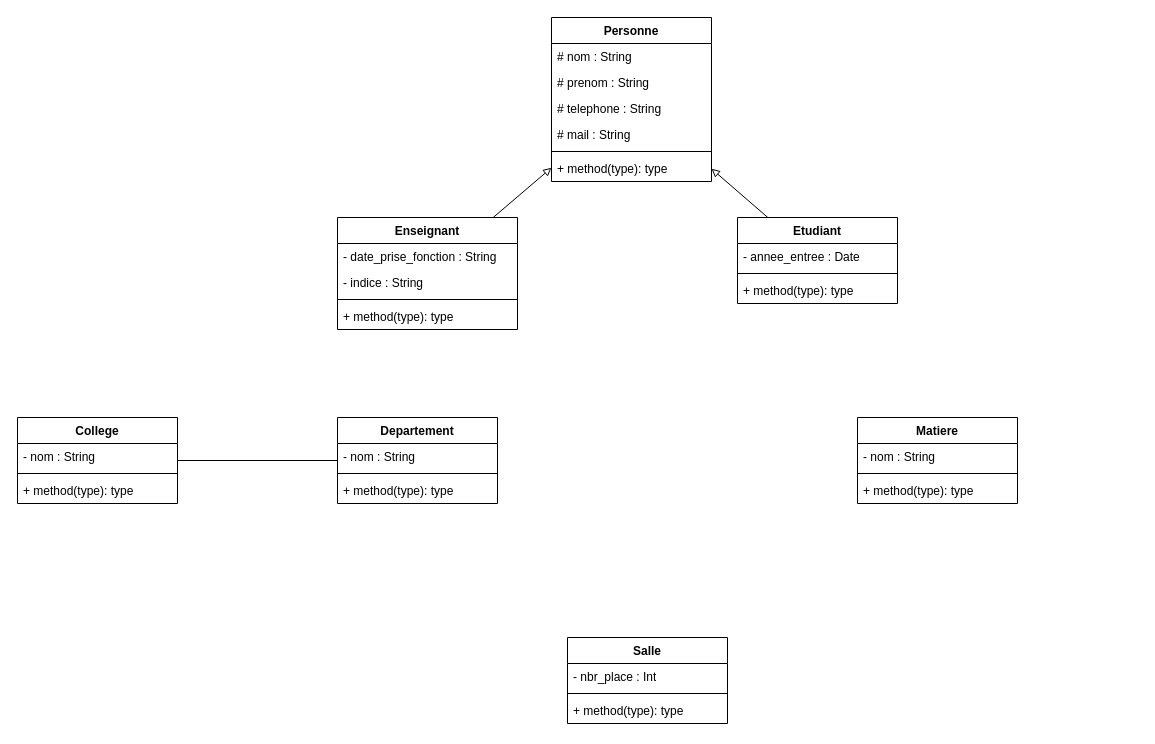
Before: TP2/TP_2_UML_Exercice_6.drawio in Mzk-Ali/EXO_M2I_UML, a draw.io diagram. Source tidied: cells renumbered, new cells numbered last; positions are measured from the earlier drawing's top-left corner, leaving out a move shared by most shapes. Both pictures are drawn from the tidied source at 100%, with x=0, y=0 at pixel (17, 17).
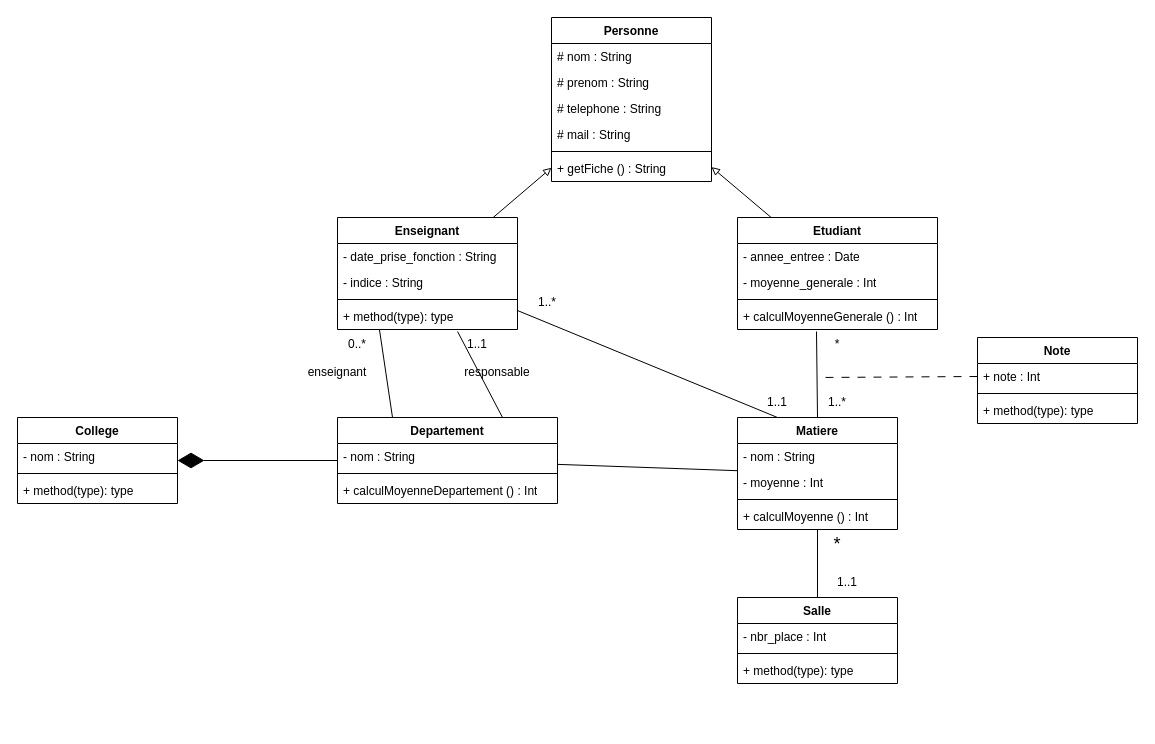
After the change.

Commit message (it also covers changes not shown here):
Mettre à jour TP_2_UML_Exercice_6.drawio

Unchanged cells that the change refers to:
```xml
<mxCell id="3" value="College" style="swimlane;fontStyle=1;align=center;verticalAlign=top;horizontal=1;startSize=26;whiteSpace=wrap;html=1;" parent="1" vertex="1">
  <mxGeometry y="400" width="160" height="86" as="geometry" />
</mxCell>
<mxCell id="8" value="Enseignant" style="swimlane;fontStyle=1;align=center;verticalAlign=top;horizontal=1;startSize=26;whiteSpace=wrap;html=1;" parent="1" vertex="1">
  <mxGeometry x="320" y="200" width="180" height="112" as="geometry" />
</mxCell>
<mxCell id="12" value="+ method(type): type" style="text;strokeColor=none;fillColor=none;align=left;verticalAlign=top;spacingLeft=4;spacingRight=4;overflow=hidden;points=[[0,0.5],[1,0.5]];portConstraint=eastwest;whiteSpace=wrap;html=1;" parent="8" vertex="1">
  <mxGeometry y="86" width="180" height="26" as="geometry" />
</mxCell>
<mxCell id="18" value="Personne" style="swimlane;fontStyle=1;align=center;verticalAlign=top;horizontal=1;startSize=26;whiteSpace=wrap;html=1;" parent="1" vertex="1">
  <mxGeometry x="534" width="160" height="164" as="geometry" />
</mxCell>
```

What changed in the source:
```diff
@@
-    <mxCell id="2" style="rounded=0;jettySize=auto;html=1;endArrow=none;startFill=0;" parent="1" edge="1" source="3" target="29">
-      <mxGeometry relative="1" as="geometry" />
-    </mxCell>
@@
+    <mxCell id="37" style="rounded=0;jettySize=auto;html=1;entryX=0.25;entryY=0;entryDx=0;entryDy=0;endArrow=none;startFill=0;exitX=0.233;exitY=1;exitDx=0;exitDy=0;exitPerimeter=0;" parent="1" edge="1" source="12" target="29">
+      <mxGeometry relative="1" as="geometry" />
+    </mxCell>
@@
     <mxCell id="14" value="Etudiant" style="swimlane;fontStyle=1;align=center;verticalAlign=top;horizontal=1;startSize=26;whiteSpace=wrap;html=1;" parent="1" vertex="1">
-      <mxGeometry x="720" y="200" width="160" height="86" as="geometry" />
+      <mxGeometry x="720" y="200" width="200" height="112" as="geometry" />
     </mxCell>
     <mxCell id="15" value="- annee_entree : Date" style="text;strokeColor=none;fillColor=none;align=left;verticalAlign=top;spacingLeft=4;spacingRight=4;overflow=hidden;whiteSpace=wrap;html=1;" parent="14" vertex="1">
-      <mxGeometry y="26" width="160" height="26" as="geometry" />
+      <mxGeometry y="26" width="200" height="26" as="geometry" />
     </mxCell>
+    <mxCell id="38" value="- moyenne_generale : Int" style="text;strokeColor=none;fillColor=none;align=left;verticalAlign=top;spacingLeft=4;spacingRight=4;overflow=hidden;whiteSpace=wrap;html=1;" parent="14" vertex="1">
+      <mxGeometry y="52" width="200" height="26" as="geometry" />
+    </mxCell>
     <mxCell id="16" style="line;strokeWidth=1;fillColor=none;align=left;verticalAlign=middle;spacingTop=-1;spacingLeft=3;spacingRight=3;labelPosition=right;strokeColor=inherit;" parent="14" vertex="1">
-      <mxGeometry y="52" width="160" height="8" as="geometry" />
+      <mxGeometry y="78" width="200" height="8" as="geometry" />
     </mxCell>
-    <mxCell id="17" value="+ method(type): type" style="text;strokeColor=none;fillColor=none;align=left;verticalAlign=top;spacingLeft=4;spacingRight=4;overflow=hidden;points=[[0,0.5],[1,0.5]];portConstraint=eastwest;whiteSpace=wrap;html=1;" parent="14" vertex="1">
-      <mxGeometry y="60" width="160" height="26" as="geometry" />
+    <mxCell id="17" value="+ calculMoyenneGenerale () : Int" style="text;strokeColor=none;fillColor=none;align=left;verticalAlign=top;spacingLeft=4;spacingRight=4;overflow=hidden;points=[[0,0.5],[1,0.5]];portConstraint=eastwest;whiteSpace=wrap;html=1;" parent="14" vertex="1">
+      <mxGeometry y="86" width="200" height="26" as="geometry" />
     </mxCell>
@@
-    <mxCell id="24" value="+ method(type): type" style="text;strokeColor=none;fillColor=none;align=left;verticalAlign=top;spacingLeft=4;spacingRight=4;overflow=hidden;whiteSpace=wrap;html=1;" parent="18" vertex="1">
+    <mxCell id="24" value="+ getFiche () : String" style="text;strokeColor=none;fillColor=none;align=left;verticalAlign=top;spacingLeft=4;spacingRight=4;overflow=hidden;whiteSpace=wrap;html=1;" parent="18" vertex="1">
       <mxGeometry y="138" width="160" height="26" as="geometry" />
     </mxCell>
     <mxCell id="25" value="Salle" style="swimlane;fontStyle=1;align=center;verticalAlign=top;horizontal=1;startSize=26;whiteSpace=wrap;html=1;" parent="1" vertex="1">
-      <mxGeometry x="550" y="620" width="160" height="86" as="geometry" />
+      <mxGeometry x="720" y="580" width="160" height="86" as="geometry" />
     </mxCell>
@@
+    <mxCell id="39" style="rounded=0;jettySize=auto;html=1;endArrow=none;startFill=0;exitX=0.75;exitY=0;exitDx=0;exitDy=0;entryX=0.667;entryY=1.077;entryDx=0;entryDy=0;entryPerimeter=0;" parent="1" edge="1" source="29" target="12">
+      <mxGeometry relative="1" as="geometry" />
+    </mxCell>
+    <mxCell id="40" style="rounded=0;jettySize=auto;html=1;endArrow=none;startFill=0;" parent="1" edge="1" source="29" target="33">
+      <mxGeometry relative="1" as="geometry" />
+    </mxCell>
     <mxCell id="29" value="Departement" style="swimlane;fontStyle=1;align=center;verticalAlign=top;horizontal=1;startSize=26;whiteSpace=wrap;html=1;" parent="1" vertex="1">
-      <mxGeometry x="320" y="400" width="160" height="86" as="geometry" />
+      <mxGeometry x="320" y="400" width="220" height="86" as="geometry" />
     </mxCell>
     <mxCell id="30" value="- nom : String" style="text;strokeColor=none;fillColor=none;align=left;verticalAlign=top;spacingLeft=4;spacingRight=4;overflow=hidden;whiteSpace=wrap;html=1;" parent="29" vertex="1">
-      <mxGeometry y="26" width="160" height="26" as="geometry" />
+      <mxGeometry y="26" width="220" height="26" as="geometry" />
     </mxCell>
     <mxCell id="31" style="line;strokeWidth=1;fillColor=none;align=left;verticalAlign=middle;spacingTop=-1;spacingLeft=3;spacingRight=3;labelPosition=right;strokeColor=inherit;" parent="29" vertex="1">
-      <mxGeometry y="52" width="160" height="8" as="geometry" />
+      <mxGeometry y="52" width="220" height="8" as="geometry" />
     </mxCell>
-    <mxCell id="32" value="+ method(type): type" style="text;strokeColor=none;fillColor=none;align=left;verticalAlign=top;spacingLeft=4;spacingRight=4;overflow=hidden;whiteSpace=wrap;html=1;" parent="29" vertex="1">
-      <mxGeometry y="60" width="160" height="26" as="geometry" />
+    <mxCell id="32" value="+ calculMoyenneDepartement () : Int" style="text;strokeColor=none;fillColor=none;align=left;verticalAlign=top;spacingLeft=4;spacingRight=4;overflow=hidden;whiteSpace=wrap;html=1;" parent="29" vertex="1">
+      <mxGeometry y="60" width="220" height="26" as="geometry" />
     </mxCell>
+    <mxCell id="41" style="rounded=0;jettySize=auto;html=1;endArrow=none;startFill=0;entryX=0.395;entryY=1.077;entryDx=0;entryDy=0;entryPerimeter=0;exitX=0.5;exitY=0;exitDx=0;exitDy=0;" parent="1" edge="1" source="33" target="17">
+      <mxGeometry relative="1" as="geometry" />
+    </mxCell>
+    <mxCell id="42" style="rounded=0;jettySize=auto;html=1;endArrow=none;startFill=0;exitX=0.25;exitY=0;exitDx=0;exitDy=0;" parent="1" edge="1" source="33" target="8">
+      <mxGeometry relative="1" as="geometry" />
+    </mxCell>
+    <mxCell id="43" style="rounded=0;jettySize=auto;html=1;endArrow=none;startFill=0;" parent="1" edge="1" source="33" target="25">
+      <mxGeometry relative="1" as="geometry" />
+    </mxCell>
     <mxCell id="33" value="Matiere" style="swimlane;fontStyle=1;align=center;verticalAlign=top;horizontal=1;startSize=26;whiteSpace=wrap;html=1;" parent="1" vertex="1">
-      <mxGeometry x="840" y="400" width="160" height="86" as="geometry" />
+      <mxGeometry x="720" y="400" width="160" height="112" as="geometry" />
     </mxCell>
@@
+    <mxCell id="44" value="- moyenne : Int" style="text;strokeColor=none;fillColor=none;align=left;verticalAlign=top;spacingLeft=4;spacingRight=4;overflow=hidden;whiteSpace=wrap;html=1;" parent="33" vertex="1">
+      <mxGeometry y="52" width="160" height="26" as="geometry" />
+    </mxCell>
     <mxCell id="35" style="line;strokeWidth=1;fillColor=none;align=left;verticalAlign=middle;spacingTop=-1;spacingLeft=3;spacingRight=3;labelPosition=right;strokeColor=inherit;" parent="33" vertex="1">
-      <mxGeometry y="52" width="160" height="8" as="geometry" />
+      <mxGeometry y="78" width="160" height="8" as="geometry" />
     </mxCell>
-    <mxCell id="36" value="+ method(type): type" style="text;strokeColor=none;fillColor=none;align=left;verticalAlign=top;spacingLeft=4;spacingRight=4;overflow=hidden;whiteSpace=wrap;html=1;" parent="33" vertex="1">
-      <mxGeometry y="60" width="160" height="26" as="geometry" />
+    <mxCell id="36" value="+ calculMoyenne () : Int&amp;nbsp;" style="text;strokeColor=none;fillColor=none;align=left;verticalAlign=top;spacingLeft=4;spacingRight=4;overflow=hidden;whiteSpace=wrap;html=1;" parent="33" vertex="1">
+      <mxGeometry y="86" width="160" height="26" as="geometry" />
     </mxCell>
+    <mxCell id="45" style="endArrow=diamondThin;endFill=1;endSize=24;html=1;rounded=0;" parent="1" edge="1" source="29" target="3">
+      <mxGeometry relative="1" as="geometry" />
+    </mxCell>
+    <mxCell id="46" value="responsable" style="text;html=1;align=center;verticalAlign=middle;whiteSpace=wrap;rounded=0;" parent="1" vertex="1">
+      <mxGeometry x="450" y="340" width="60" height="30" as="geometry" />
+    </mxCell>
+    <mxCell id="47" value="enseignant" style="text;html=1;align=center;verticalAlign=middle;whiteSpace=wrap;rounded=0;" parent="1" vertex="1">
+      <mxGeometry x="290" y="340" width="60" height="30" as="geometry" />
+    </mxCell>
+    <mxCell id="48" value="0..*" style="text;html=1;align=center;verticalAlign=middle;whiteSpace=wrap;rounded=0;" parent="1" vertex="1">
+      <mxGeometry x="310" y="312" width="60" height="30" as="geometry" />
+    </mxCell>
+    <mxCell id="49" value="1..1" style="text;html=1;align=center;verticalAlign=middle;whiteSpace=wrap;rounded=0;" parent="1" vertex="1">
+      <mxGeometry x="430" y="312" width="60" height="30" as="geometry" />
+    </mxCell>
+    <mxCell id="50" value="1..*" style="text;html=1;align=center;verticalAlign=middle;whiteSpace=wrap;rounded=0;" parent="1" vertex="1">
+      <mxGeometry x="790" y="370" width="60" height="30" as="geometry" />
+    </mxCell>
+    <mxCell id="51" value="*" style="text;html=1;align=center;verticalAlign=middle;whiteSpace=wrap;rounded=0;" parent="1" vertex="1">
+      <mxGeometry x="790" y="312" width="60" height="30" as="geometry" />
+    </mxCell>
+    <mxCell id="52" value="1..*" style="text;html=1;align=center;verticalAlign=middle;whiteSpace=wrap;rounded=0;" parent="1" vertex="1">
+      <mxGeometry x="500" y="270" width="60" height="30" as="geometry" />
+    </mxCell>
+    <mxCell id="53" value="1..1" style="text;html=1;align=center;verticalAlign=middle;whiteSpace=wrap;rounded=0;" parent="1" vertex="1">
+      <mxGeometry x="730" y="370" width="60" height="30" as="geometry" />
+    </mxCell>
+    <mxCell id="54" value="&lt;font style=&quot;font-size: 18px;&quot;&gt;*&lt;/font&gt;" style="text;html=1;align=center;verticalAlign=middle;whiteSpace=wrap;rounded=0;" parent="1" vertex="1">
+      <mxGeometry x="790" y="512" width="60" height="30" as="geometry" />
+    </mxCell>
+    <mxCell id="55" value="1..1" style="text;html=1;align=center;verticalAlign=middle;whiteSpace=wrap;rounded=0;" parent="1" vertex="1">
+      <mxGeometry x="800" y="550" width="60" height="30" as="geometry" />
+    </mxCell>
+    <mxCell id="56" style="rounded=0;jettySize=auto;html=1;endArrow=none;startFill=0;dashed=1;dashPattern=8 8;exitX=0;exitY=0.5;exitDx=0;exitDy=0;" parent="1" edge="1" source="58">
+      <mxGeometry relative="1" as="geometry">
+        <mxPoint x="800" y="360" as="targetPoint" />
+      </mxGeometry>
+    </mxCell>
+    <mxCell id="57" value="Note" style="swimlane;fontStyle=1;align=center;verticalAlign=top;horizontal=1;startSize=26;whiteSpace=wrap;html=1;" parent="1" vertex="1">
+      <mxGeometry x="960" y="320" width="160" height="86" as="geometry" />
+    </mxCell>
+    <mxCell id="58" value="+ note : Int" style="text;strokeColor=none;fillColor=none;align=left;verticalAlign=top;spacingLeft=4;spacingRight=4;overflow=hidden;points=[[0,0.5],[1,0.5]];portConstraint=eastwest;whiteSpace=wrap;html=1;" parent="57" vertex="1">
+      <mxGeometry y="26" width="160" height="26" as="geometry" />
+    </mxCell>
+    <mxCell id="59" style="line;strokeWidth=1;fillColor=none;align=left;verticalAlign=middle;spacingTop=-1;spacingLeft=3;spacingRight=3;labelPosition=right;strokeColor=inherit;" parent="57" vertex="1">
+      <mxGeometry y="52" width="160" height="8" as="geometry" />
+    </mxCell>
+    <mxCell id="60" value="+ method(type): type" style="text;strokeColor=none;fillColor=none;align=left;verticalAlign=top;spacingLeft=4;spacingRight=4;overflow=hidden;whiteSpace=wrap;html=1;" parent="57" vertex="1">
+      <mxGeometry y="60" width="160" height="26" as="geometry" />
+    </mxCell>
```
